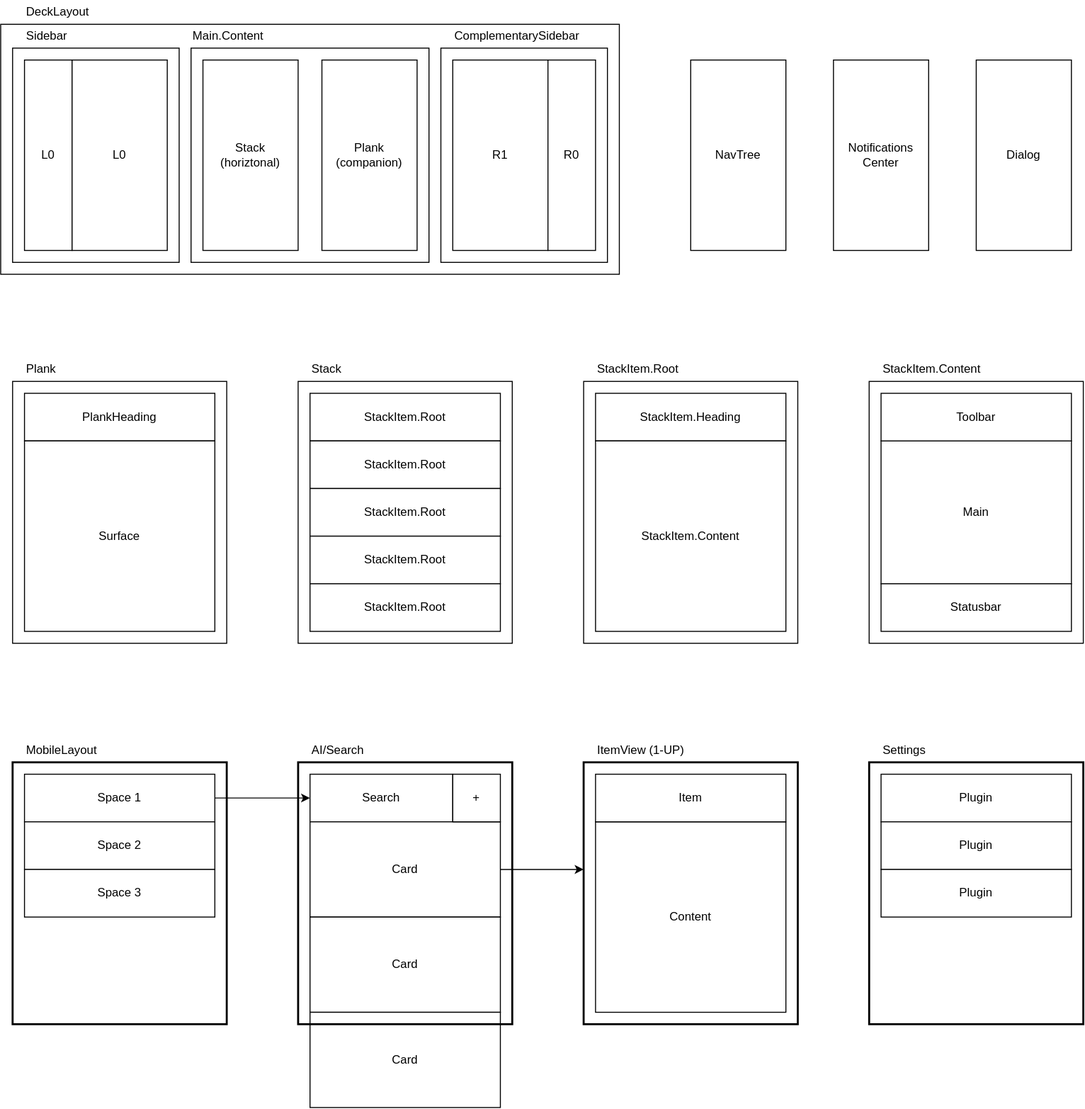
Before: packages/plugins/plugin-deck/docs/layout.drawio.svg, a diagram exported from draw.io (dxos/dxos). Source tidied: cells renumbered, new cells last; positions are measured from the earlier drawing's top-left corner, leaving out a move shared by most shapes.
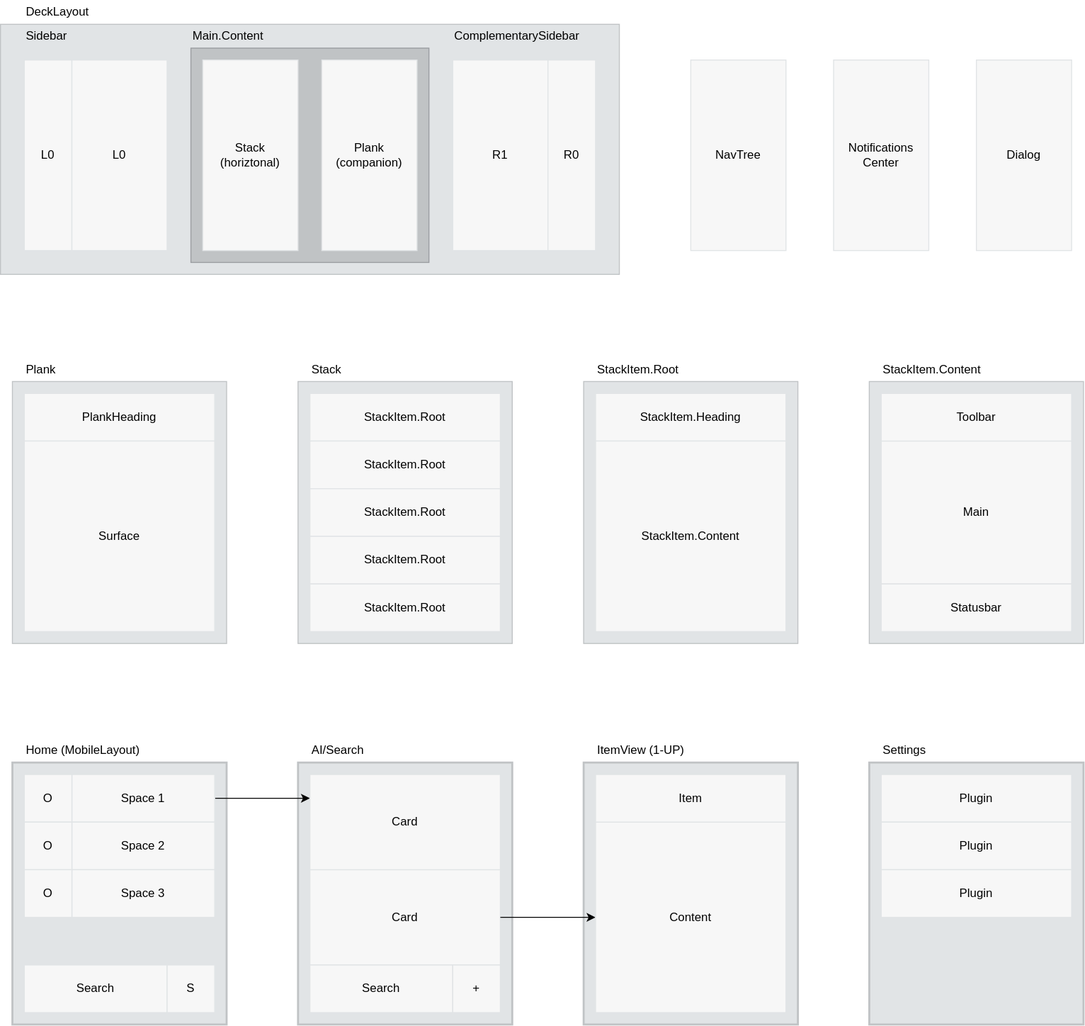
The same file after the commit.

Commit message:
style: update layout diagram colors and add card component

The edit, as a diff of the source:
```diff
@@ -2,13 +2,25 @@
   <root>
     <mxCell id="0" />
     <mxCell id="1" parent="0" />
+    <mxCell id="34" style="rounded=0;whiteSpace=wrap;html=1;fillColor=#E1E4E6;fontColor=#000000;strokeColor=#C0C3C5;" parent="1" vertex="1">
+      <mxGeometry x="588" y="384" width="216" height="264" as="geometry" />
+    </mxCell>
+    <mxCell id="62" style="rounded=0;whiteSpace=wrap;html=1;fillColor=#E1E4E6;strokeWidth=2;fontColor=#000000;strokeColor=#C0C3C5;" parent="1" vertex="1">
+      <mxGeometry x="300" y="768" width="216" height="264" as="geometry" />
+    </mxCell>
+    <mxCell id="49" value="Card" style="rounded=0;whiteSpace=wrap;html=1;fillColor=#F7F7F7;fontColor=#000000;strokeColor=#E1E4E6;" parent="1" vertex="1">
+      <mxGeometry x="312" y="876" width="192" height="96" as="geometry" />
+    </mxCell>
+    <mxCell id="57" style="rounded=0;whiteSpace=wrap;html=1;fillColor=#E1E4E6;strokeWidth=2;fontColor=#000000;strokeColor=#C0C3C5;" parent="1" vertex="1">
+      <mxGeometry x="12" y="768" width="216" height="264" as="geometry" />
+    </mxCell>
-    <mxCell id="2" style="rounded=0;whiteSpace=wrap;html=1;fillColor=none;strokeWidth=2;" parent="1" vertex="1">
+    <mxCell id="2" style="rounded=0;whiteSpace=wrap;html=1;fillColor=#E1E4E6;strokeWidth=2;fontColor=#000000;strokeColor=#C0C3C5;" parent="1" vertex="1">
       <mxGeometry x="876" y="768" width="216" height="264" as="geometry" />
     </mxCell>
-    <mxCell id="3" style="rounded=0;whiteSpace=wrap;html=1;fillColor=none;strokeWidth=2;" parent="1" vertex="1">
+    <mxCell id="3" style="rounded=0;whiteSpace=wrap;html=1;fillColor=#E1E4E6;strokeWidth=2;fontColor=#000000;strokeColor=#C0C3C5;" parent="1" vertex="1">
       <mxGeometry x="588" y="768" width="216" height="264" as="geometry" />
     </mxCell>
-    <mxCell id="4" style="rounded=0;whiteSpace=wrap;html=1;fillColor=none;" parent="1" vertex="1">
+    <mxCell id="4" style="rounded=0;whiteSpace=wrap;html=1;fillColor=#E1E4E6;fontColor=#000000;strokeColor=#C0C3C5;" parent="1" vertex="1">
       <mxGeometry x="300" y="384" width="216" height="264" as="geometry" />
     </mxCell>
     <mxCell id="5" style="rounded=0;whiteSpace=wrap;html=1;fillColor=none;" parent="1" vertex="1">
@@ -17,46 +29,46 @@
     <mxCell id="6" style="rounded=0;whiteSpace=wrap;html=1;fillColor=none;" parent="1" vertex="1">
       <mxGeometry x="12" y="48" width="168" height="216" as="geometry" />
     </mxCell>
-    <mxCell id="7" style="rounded=0;whiteSpace=wrap;html=1;fillColor=none;" parent="1" vertex="1">
+    <mxCell id="7" style="rounded=0;whiteSpace=wrap;html=1;fillColor=#E1E4E6;fontColor=#000000;strokeColor=#C0C3C5;" parent="1" vertex="1">
       <mxGeometry y="24" width="624" height="252" as="geometry" />
     </mxCell>
-    <mxCell id="8" style="rounded=0;whiteSpace=wrap;html=1;fillColor=none;" parent="1" vertex="1">
+    <mxCell id="8" style="rounded=0;whiteSpace=wrap;html=1;fillColor=#E1E4E6;fontColor=#000000;strokeColor=#C0C3C5;" parent="1" vertex="1">
       <mxGeometry x="12" y="384" width="216" height="264" as="geometry" />
     </mxCell>
-    <mxCell id="9" style="rounded=0;whiteSpace=wrap;html=1;fillColor=none;" parent="1" vertex="1">
+    <mxCell id="9" style="rounded=0;whiteSpace=wrap;html=1;fillColor=#E1E4E6;fontColor=#000000;strokeColor=#C0C3C5;" parent="1" vertex="1">
       <mxGeometry x="876" y="384" width="216" height="264" as="geometry" />
     </mxCell>
-    <mxCell id="10" value="L0" style="rounded=0;whiteSpace=wrap;html=1;" parent="1" vertex="1">
+    <mxCell id="10" value="L0" style="rounded=0;whiteSpace=wrap;html=1;fillColor=#F7F7F7;fontColor=#000000;strokeColor=#E1E4E6;" parent="1" vertex="1">
       <mxGeometry x="24" y="60" width="48" height="192" as="geometry" />
     </mxCell>
-    <mxCell id="11" value="L0" style="rounded=0;whiteSpace=wrap;html=1;" parent="1" vertex="1">
+    <mxCell id="11" value="L0" style="rounded=0;whiteSpace=wrap;html=1;fillColor=#F7F7F7;fontColor=#000000;strokeColor=#E1E4E6;" parent="1" vertex="1">
       <mxGeometry x="72" y="60" width="96" height="192" as="geometry" />
     </mxCell>
-    <mxCell id="12" style="rounded=0;whiteSpace=wrap;html=1;" parent="1" vertex="1">
+    <mxCell id="12" style="rounded=0;whiteSpace=wrap;html=1;fillColor=#C0C3C5;fontColor=#000000;strokeColor=#9B9EA2;" parent="1" vertex="1">
       <mxGeometry x="192" y="48" width="240" height="216" as="geometry" />
     </mxCell>
-    <mxCell id="13" value="R1" style="rounded=0;whiteSpace=wrap;html=1;" parent="1" vertex="1">
+    <mxCell id="13" value="R1" style="rounded=0;whiteSpace=wrap;html=1;fillColor=#F7F7F7;fontColor=#000000;strokeColor=#E1E4E6;" parent="1" vertex="1">
       <mxGeometry x="456" y="60" width="96" height="192" as="geometry" />
     </mxCell>
-    <mxCell id="14" value="R0" style="rounded=0;whiteSpace=wrap;html=1;" parent="1" vertex="1">
+    <mxCell id="14" value="R0" style="rounded=0;whiteSpace=wrap;html=1;fillColor=#F7F7F7;fontColor=#000000;strokeColor=#E1E4E6;" parent="1" vertex="1">
       <mxGeometry x="552" y="60" width="48" height="192" as="geometry" />
     </mxCell>
-    <mxCell id="15" value="Main" style="rounded=0;whiteSpace=wrap;html=1;" parent="1" vertex="1">
+    <mxCell id="15" value="Main" style="rounded=0;whiteSpace=wrap;html=1;fillColor=#F7F7F7;fontColor=#000000;strokeColor=#E1E4E6;" parent="1" vertex="1">
       <mxGeometry x="888" y="444" width="192" height="144" as="geometry" />
     </mxCell>
-    <mxCell id="16" value="Toolbar" style="rounded=0;whiteSpace=wrap;html=1;" parent="1" vertex="1">
+    <mxCell id="16" value="Toolbar" style="rounded=0;whiteSpace=wrap;html=1;fillColor=#F7F7F7;fontColor=#000000;strokeColor=#E1E4E6;" parent="1" vertex="1">
       <mxGeometry x="888" y="396" width="192" height="48" as="geometry" />
     </mxCell>
-    <mxCell id="17" value="Statusbar" style="rounded=0;whiteSpace=wrap;html=1;" parent="1" vertex="1">
+    <mxCell id="17" value="Statusbar" style="rounded=0;whiteSpace=wrap;html=1;fillColor=#F7F7F7;fontColor=#000000;strokeColor=#E1E4E6;" parent="1" vertex="1">
       <mxGeometry x="888" y="588" width="192" height="48" as="geometry" />
     </mxCell>
     <mxCell id="18" value="StackItem.Content" style="rounded=0;whiteSpace=wrap;html=1;align=left;strokeColor=none;fillColor=none;" parent="1" vertex="1">
       <mxGeometry x="888" y="360" width="144" height="24" as="geometry" />
     </mxCell>
-    <mxCell id="19" value="PlankHeading" style="rounded=0;whiteSpace=wrap;html=1;" parent="1" vertex="1">
+    <mxCell id="19" value="PlankHeading" style="rounded=0;whiteSpace=wrap;html=1;fillColor=#F7F7F7;fontColor=#000000;strokeColor=#E1E4E6;" parent="1" vertex="1">
       <mxGeometry x="24" y="396" width="192" height="48" as="geometry" />
     </mxCell>
-    <mxCell id="20" value="Surface" style="rounded=0;whiteSpace=wrap;html=1;" parent="1" vertex="1">
+    <mxCell id="20" value="Surface" style="rounded=0;whiteSpace=wrap;html=1;fillColor=#F7F7F7;fontColor=#000000;strokeColor=#E1E4E6;" parent="1" vertex="1">
       <mxGeometry x="24" y="444" width="192" height="192" as="geometry" />
     </mxCell>
     <mxCell id="21" value="Plank" style="rounded=0;whiteSpace=wrap;html=1;align=left;strokeColor=none;fillColor=none;" parent="1" vertex="1">
@@ -74,90 +86,83 @@
     <mxCell id="25" value="Stack" style="rounded=0;whiteSpace=wrap;html=1;align=left;strokeColor=none;fillColor=none;" parent="1" vertex="1">
       <mxGeometry x="312" y="360" width="144" height="24" as="geometry" />
     </mxCell>
-    <mxCell id="26" value="StackItem.Root" style="rounded=0;whiteSpace=wrap;html=1;" parent="1" vertex="1">
+    <mxCell id="26" value="StackItem.Root" style="rounded=0;whiteSpace=wrap;html=1;fillColor=#F7F7F7;fontColor=#000000;strokeColor=#E1E4E6;" parent="1" vertex="1">
       <mxGeometry x="312" y="396" width="192" height="48" as="geometry" />
     </mxCell>
-    <mxCell id="27" value="StackItem.Root" style="rounded=0;whiteSpace=wrap;html=1;" parent="1" vertex="1">
+    <mxCell id="27" value="StackItem.Root" style="rounded=0;whiteSpace=wrap;html=1;fillColor=#F7F7F7;fontColor=#000000;strokeColor=#E1E4E6;" parent="1" vertex="1">
       <mxGeometry x="312" y="444" width="192" height="48" as="geometry" />
     </mxCell>
-    <mxCell id="28" value="StackItem.Root" style="rounded=0;whiteSpace=wrap;html=1;" parent="1" vertex="1">
+    <mxCell id="28" value="StackItem.Root" style="rounded=0;whiteSpace=wrap;html=1;fillColor=#F7F7F7;fontColor=#000000;strokeColor=#E1E4E6;" parent="1" vertex="1">
       <mxGeometry x="312" y="492" width="192" height="48" as="geometry" />
     </mxCell>
-    <mxCell id="29" value="StackItem.Root" style="rounded=0;whiteSpace=wrap;html=1;" parent="1" vertex="1">
+    <mxCell id="29" value="StackItem.Root" style="rounded=0;whiteSpace=wrap;html=1;fillColor=#F7F7F7;fontColor=#000000;strokeColor=#E1E4E6;" parent="1" vertex="1">
       <mxGeometry x="312" y="540" width="192" height="48" as="geometry" />
     </mxCell>
-    <mxCell id="30" value="StackItem.Root" style="rounded=0;whiteSpace=wrap;html=1;" parent="1" vertex="1">
+    <mxCell id="30" value="StackItem.Root" style="rounded=0;whiteSpace=wrap;html=1;fillColor=#F7F7F7;fontColor=#000000;strokeColor=#E1E4E6;" parent="1" vertex="1">
       <mxGeometry x="312" y="588" width="192" height="48" as="geometry" />
     </mxCell>
-    <mxCell id="31" value="StackItem.Heading" style="rounded=0;whiteSpace=wrap;html=1;" parent="1" vertex="1">
+    <mxCell id="31" value="StackItem.Heading" style="rounded=0;whiteSpace=wrap;html=1;fillColor=#F7F7F7;fontColor=#000000;strokeColor=#E1E4E6;" parent="1" vertex="1">
       <mxGeometry x="600" y="396" width="192" height="48" as="geometry" />
     </mxCell>
-    <mxCell id="32" value="StackItem.Content" style="rounded=0;whiteSpace=wrap;html=1;" parent="1" vertex="1">
+    <mxCell id="32" value="StackItem.Content" style="rounded=0;whiteSpace=wrap;html=1;fillColor=#F7F7F7;fontColor=#000000;strokeColor=#E1E4E6;" parent="1" vertex="1">
       <mxGeometry x="600" y="444" width="192" height="192" as="geometry" />
     </mxCell>
     <mxCell id="33" value="StackItem.Root" style="rounded=0;whiteSpace=wrap;html=1;align=left;strokeColor=none;fillColor=none;" parent="1" vertex="1">
       <mxGeometry x="600" y="360" width="144" height="24" as="geometry" />
     </mxCell>
-    <mxCell id="34" style="rounded=0;whiteSpace=wrap;html=1;fillColor=none;" parent="1" vertex="1">
-      <mxGeometry x="588" y="384" width="216" height="264" as="geometry" />
-    </mxCell>
     <mxCell id="35" value="Main.Content" style="rounded=0;whiteSpace=wrap;html=1;align=left;strokeColor=none;fillColor=none;" parent="1" vertex="1">
       <mxGeometry x="192" y="24" width="144" height="24" as="geometry" />
     </mxCell>
-    <mxCell id="36" value="Stack&lt;br&gt;(horiztonal)" style="rounded=0;whiteSpace=wrap;html=1;" parent="1" vertex="1">
+    <mxCell id="36" value="Stack&lt;br&gt;(horiztonal)" style="rounded=0;whiteSpace=wrap;html=1;fillColor=#F7F7F7;fontColor=#000000;strokeColor=#E1E4E6;" parent="1" vertex="1">
       <mxGeometry x="204" y="60" width="96" height="192" as="geometry" />
     </mxCell>
-    <mxCell id="37" value="Plank&lt;br&gt;(companion)" style="rounded=0;whiteSpace=wrap;html=1;" parent="1" vertex="1">
+    <mxCell id="37" value="Plank&lt;br&gt;(companion)" style="rounded=0;whiteSpace=wrap;html=1;fillColor=#F7F7F7;fontColor=#000000;strokeColor=#E1E4E6;" parent="1" vertex="1">
       <mxGeometry x="324" y="60" width="96" height="192" as="geometry" />
     </mxCell>
-    <mxCell id="38" value="Notifications&lt;br&gt;Center" style="rounded=0;whiteSpace=wrap;html=1;" parent="1" vertex="1">
+    <mxCell id="38" value="Notifications&lt;br&gt;Center" style="rounded=0;whiteSpace=wrap;html=1;fillColor=#F7F7F7;fontColor=#000000;strokeColor=#E1E4E6;" parent="1" vertex="1">
       <mxGeometry x="840" y="60" width="96" height="192" as="geometry" />
     </mxCell>
-    <mxCell id="39" value="NavTree" style="rounded=0;whiteSpace=wrap;html=1;" parent="1" vertex="1">
+    <mxCell id="39" value="NavTree" style="rounded=0;whiteSpace=wrap;html=1;fillColor=#F7F7F7;fontColor=#000000;strokeColor=#E1E4E6;" parent="1" vertex="1">
       <mxGeometry x="696" y="60" width="96" height="192" as="geometry" />
     </mxCell>
-    <mxCell id="40" value="Dialog" style="rounded=0;whiteSpace=wrap;html=1;" parent="1" vertex="1">
+    <mxCell id="40" value="Dialog" style="rounded=0;whiteSpace=wrap;html=1;fillColor=#F7F7F7;fontColor=#000000;strokeColor=#E1E4E6;" parent="1" vertex="1">
       <mxGeometry x="984" y="60" width="96" height="192" as="geometry" />
     </mxCell>
-    <mxCell id="41" style="edgeStyle=none;html=1;exitX=1;exitY=0.5;exitDx=0;exitDy=0;" parent="1" edge="1" source="42" target="45">
-      <mxGeometry relative="1" as="geometry" />
+    <mxCell id="41" style="edgeStyle=none;html=1;exitX=1;exitY=0.5;exitDx=0;exitDy=0;" parent="1" edge="1" source="42">
+      <mxGeometry relative="1" as="geometry">
+        <mxPoint x="312" y="804" as="targetPoint" />
+      </mxGeometry>
     </mxCell>
-    <mxCell id="42" value="Space 1" style="rounded=0;whiteSpace=wrap;html=1;" parent="1" vertex="1">
-      <mxGeometry x="24" y="780" width="192" height="48" as="geometry" />
+    <mxCell id="42" value="Space 1" style="rounded=0;whiteSpace=wrap;html=1;fillColor=#F7F7F7;fontColor=#000000;strokeColor=#E1E4E6;" parent="1" vertex="1">
+      <mxGeometry x="72" y="780" width="144" height="48" as="geometry" />
     </mxCell>
-    <mxCell id="43" value="Space 2" style="rounded=0;whiteSpace=wrap;html=1;" parent="1" vertex="1">
-      <mxGeometry x="24" y="828" width="192" height="48" as="geometry" />
+    <mxCell id="43" value="Space 2" style="rounded=0;whiteSpace=wrap;html=1;fillColor=#F7F7F7;fontColor=#000000;strokeColor=#E1E4E6;" parent="1" vertex="1">
+      <mxGeometry x="72" y="828" width="144" height="48" as="geometry" />
     </mxCell>
-    <mxCell id="44" value="Space 3" style="rounded=0;whiteSpace=wrap;html=1;" parent="1" vertex="1">
-      <mxGeometry x="24" y="876" width="192" height="48" as="geometry" />
+    <mxCell id="44" value="Space 3" style="rounded=0;whiteSpace=wrap;html=1;fillColor=#F7F7F7;fontColor=#000000;strokeColor=#E1E4E6;" parent="1" vertex="1">
+      <mxGeometry x="72" y="876" width="144" height="48" as="geometry" />
     </mxCell>
-    <mxCell id="45" value="Search" style="rounded=0;whiteSpace=wrap;html=1;" parent="1" vertex="1">
-      <mxGeometry x="312" y="780" width="144" height="48" as="geometry" />
+    <mxCell id="45" value="Search" style="rounded=0;whiteSpace=wrap;html=1;fillColor=#F7F7F7;fontColor=#000000;strokeColor=#E1E4E6;" parent="1" vertex="1">
+      <mxGeometry x="312" y="972" width="144" height="48" as="geometry" />
     </mxCell>
-    <mxCell id="46" style="edgeStyle=none;html=1;exitX=1;exitY=0.5;exitDx=0;exitDy=0;" parent="1" edge="1" source="47">
+    <mxCell id="46" style="edgeStyle=none;html=1;" parent="1" edge="1" source="49">
       <mxGeometry relative="1" as="geometry">
-        <mxPoint x="588" y="876" as="targetPoint" />
+        <mxPoint x="600" y="924" as="targetPoint" />
       </mxGeometry>
     </mxCell>
-    <mxCell id="47" value="Card" style="rounded=0;whiteSpace=wrap;html=1;" parent="1" vertex="1">
-      <mxGeometry x="312" y="828" width="192" height="96" as="geometry" />
+    <mxCell id="47" value="Card" style="rounded=0;whiteSpace=wrap;html=1;fillColor=#F7F7F7;fontColor=#000000;strokeColor=#E1E4E6;" parent="1" vertex="1">
+      <mxGeometry x="312" y="780" width="192" height="96" as="geometry" />
     </mxCell>
-    <mxCell id="48" value="Card" style="rounded=0;whiteSpace=wrap;html=1;" parent="1" vertex="1">
-      <mxGeometry x="312" y="924" width="192" height="96" as="geometry" />
-    </mxCell>
-    <mxCell id="49" value="Card" style="rounded=0;whiteSpace=wrap;html=1;" parent="1" vertex="1">
-      <mxGeometry x="312" y="1020" width="192" height="96" as="geometry" />
-    </mxCell>
-    <mxCell id="50" value="MobileLayout" style="rounded=0;whiteSpace=wrap;html=1;align=left;strokeColor=none;fillColor=none;" parent="1" vertex="1">
+    <mxCell id="50" value="Home (MobileLayout)" style="rounded=0;whiteSpace=wrap;html=1;align=left;strokeColor=none;fillColor=none;" parent="1" vertex="1">
       <mxGeometry x="24" y="744" width="144" height="24" as="geometry" />
     </mxCell>
-    <mxCell id="51" value="+" style="rounded=0;whiteSpace=wrap;html=1;" parent="1" vertex="1">
-      <mxGeometry x="456" y="780" width="48" height="48" as="geometry" />
+    <mxCell id="51" value="+" style="rounded=0;whiteSpace=wrap;html=1;fontSize=12;fillColor=#F7F7F7;fontColor=#000000;strokeColor=#E1E4E6;" parent="1" vertex="1">
+      <mxGeometry x="456" y="972" width="48" height="48" as="geometry" />
     </mxCell>
-    <mxCell id="52" value="Content" style="rounded=0;whiteSpace=wrap;html=1;" parent="1" vertex="1">
+    <mxCell id="52" value="Content" style="rounded=0;whiteSpace=wrap;html=1;fillColor=#F7F7F7;fontColor=#000000;strokeColor=#E1E4E6;" parent="1" vertex="1">
       <mxGeometry x="600" y="828" width="192" height="192" as="geometry" />
     </mxCell>
-    <mxCell id="53" value="Item" style="rounded=0;whiteSpace=wrap;html=1;" parent="1" vertex="1">
+    <mxCell id="53" value="Item" style="rounded=0;whiteSpace=wrap;html=1;fillColor=#F7F7F7;fontColor=#000000;strokeColor=#E1E4E6;" parent="1" vertex="1">
       <mxGeometry x="600" y="780" width="192" height="48" as="geometry" />
     </mxCell>
     <mxCell id="54" value="AI/Search" style="rounded=0;whiteSpace=wrap;html=1;align=left;strokeColor=none;fillColor=none;" parent="1" vertex="1">
@@ -166,23 +171,32 @@
     <mxCell id="55" value="Settings" style="rounded=0;whiteSpace=wrap;html=1;align=left;strokeColor=none;fillColor=none;" parent="1" vertex="1">
       <mxGeometry x="888" y="744" width="144" height="24" as="geometry" />
     </mxCell>
-    <mxCell id="56" style="rounded=0;whiteSpace=wrap;html=1;fillColor=none;strokeWidth=2;" parent="1" vertex="1">
-      <mxGeometry x="300" y="768" width="216" height="264" as="geometry" />
-    </mxCell>
-    <mxCell id="57" style="rounded=0;whiteSpace=wrap;html=1;fillColor=none;strokeWidth=2;" parent="1" vertex="1">
-      <mxGeometry x="12" y="768" width="216" height="264" as="geometry" />
-    </mxCell>
-    <mxCell id="58" value="Plugin" style="rounded=0;whiteSpace=wrap;html=1;" parent="1" vertex="1">
+    <mxCell id="58" value="Plugin" style="rounded=0;whiteSpace=wrap;html=1;fillColor=#F7F7F7;fontColor=#000000;strokeColor=#E1E4E6;" parent="1" vertex="1">
       <mxGeometry x="888" y="780" width="192" height="48" as="geometry" />
     </mxCell>
-    <mxCell id="59" value="Plugin" style="rounded=0;whiteSpace=wrap;html=1;" parent="1" vertex="1">
+    <mxCell id="59" value="Plugin" style="rounded=0;whiteSpace=wrap;html=1;fillColor=#F7F7F7;fontColor=#000000;strokeColor=#E1E4E6;" parent="1" vertex="1">
       <mxGeometry x="888" y="828" width="192" height="48" as="geometry" />
     </mxCell>
-    <mxCell id="60" value="Plugin" style="rounded=0;whiteSpace=wrap;html=1;" parent="1" vertex="1">
+    <mxCell id="60" value="Plugin" style="rounded=0;whiteSpace=wrap;html=1;fillColor=#F7F7F7;fontColor=#000000;strokeColor=#E1E4E6;" parent="1" vertex="1">
       <mxGeometry x="888" y="876" width="192" height="48" as="geometry" />
     </mxCell>
     <mxCell id="61" value="ItemView (1-UP)" style="rounded=0;whiteSpace=wrap;html=1;align=left;strokeColor=none;fillColor=none;" parent="1" vertex="1">
       <mxGeometry x="600" y="744" width="144" height="24" as="geometry" />
     </mxCell>
+    <mxCell id="63" value="O" style="rounded=0;whiteSpace=wrap;html=1;fillColor=#F7F7F7;fontColor=#000000;strokeColor=#E1E4E6;" parent="1" vertex="1">
+      <mxGeometry x="24" y="780" width="48" height="48" as="geometry" />
+    </mxCell>
+    <mxCell id="64" value="O" style="rounded=0;whiteSpace=wrap;html=1;fillColor=#F7F7F7;fontColor=#000000;strokeColor=#E1E4E6;" parent="1" vertex="1">
+      <mxGeometry x="24" y="828" width="48" height="48" as="geometry" />
+    </mxCell>
+    <mxCell id="65" value="O" style="rounded=0;whiteSpace=wrap;html=1;fillColor=#F7F7F7;fontColor=#000000;strokeColor=#E1E4E6;" parent="1" vertex="1">
+      <mxGeometry x="24" y="876" width="48" height="48" as="geometry" />
+    </mxCell>
+    <mxCell id="66" value="Search" style="rounded=0;whiteSpace=wrap;html=1;fillColor=#F7F7F7;fontColor=#000000;strokeColor=#E1E4E6;" parent="1" vertex="1">
+      <mxGeometry x="24" y="972" width="144" height="48" as="geometry" />
+    </mxCell>
+    <mxCell id="67" value="S" style="rounded=0;whiteSpace=wrap;html=1;fontSize=12;fillColor=#F7F7F7;fontColor=#000000;strokeColor=#E1E4E6;" parent="1" vertex="1">
+      <mxGeometry x="168" y="972" width="48" height="48" as="geometry" />
+    </mxCell>
   </root>
 </mxGraphModel>
```
